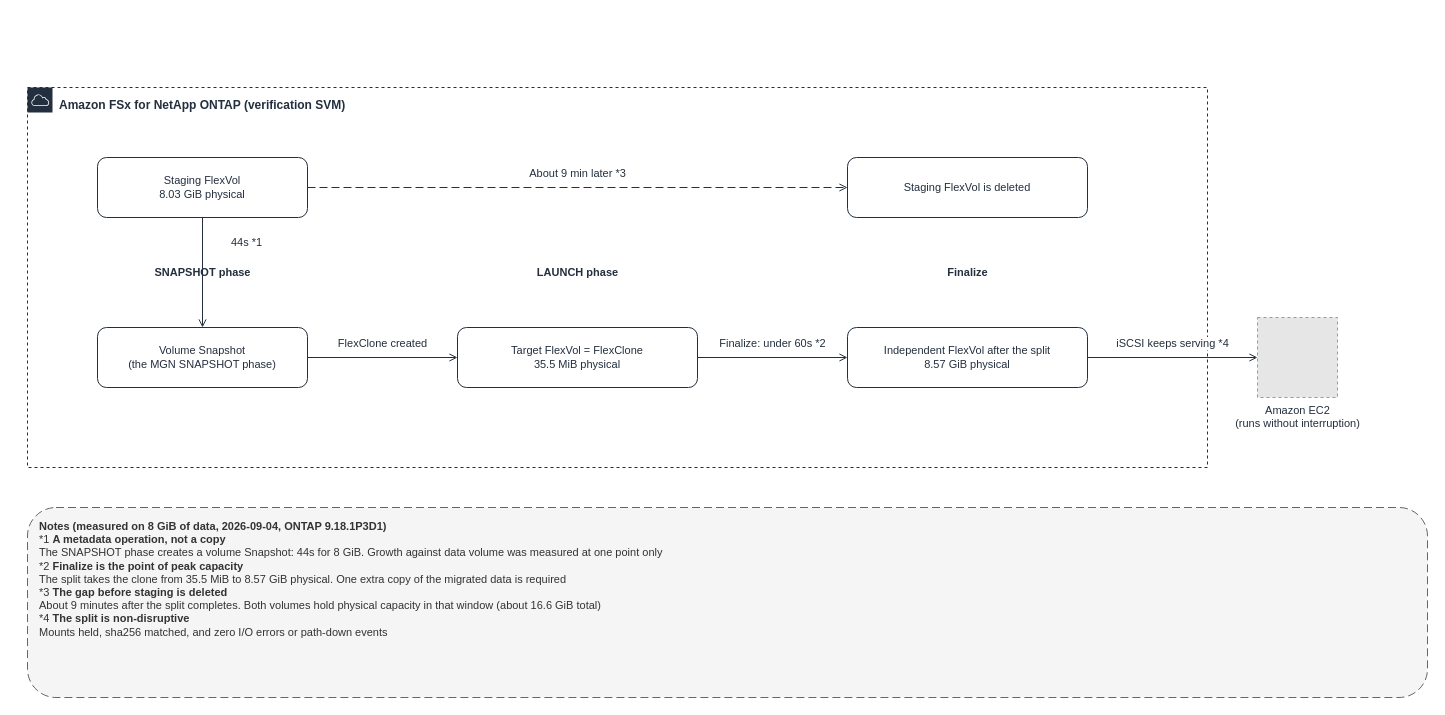
This is docs/_assets/diagrams/atx-fsxn-finalize-flexclone-en.drawio from Yoshiki0705/vmware-migration-ec2-ontap, a draw.io file, before an edit. Source tidied: cells renumbered, new cells numbered last; positions are measured from the earlier drawing's top-left corner, leaving out a move shared by most shapes. Both pictures are drawn from the tidied source at 100%, with x=0, y=0 at pixel (27, 87). Pictures stored in the file or linked from it are replaced by grey dashed boxes.
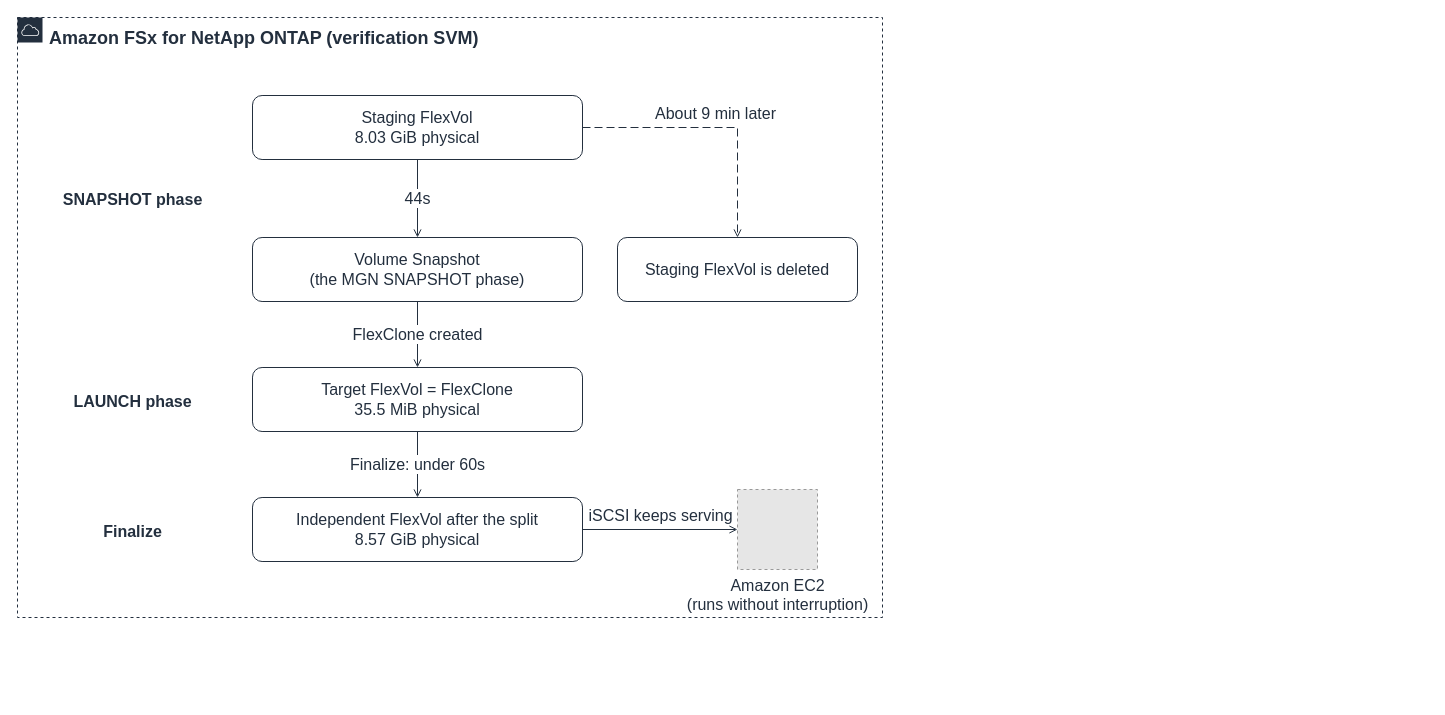
Above is the later version.

Change to the diagram source:
```diff
@@
-    <mxCell id="2" value="Amazon FSx for NetApp ONTAP (verification SVM)" style="gradientColor=none;html=1;whiteSpace=wrap;fontSize=12;fontStyle=1;fontColor=#232F3E;shape=mxgraph.aws4.group;grIcon=mxgraph.aws4.group_aws_cloud;strokeColor=#232F3E;fillColor=none;verticalAlign=top;align=left;spacingLeft=30;spacingTop=4;dashed=1;" parent="1" vertex="1">
-      <mxGeometry width="1180" height="380" as="geometry" />
+    <mxCell id="2" value="Amazon FSx for NetApp ONTAP (verification SVM)" style="gradientColor=none;html=1;whiteSpace=wrap;fontSize=18;fontStyle=1;fontColor=#232F3E;shape=mxgraph.aws4.group;grIcon=mxgraph.aws4.group_aws_cloud;strokeColor=#232F3E;fillColor=none;verticalAlign=top;align=left;spacingLeft=30;spacingTop=4;dashed=1;" parent="1" vertex="1">
+      <mxGeometry x="-10" y="-70" width="865" height="600" as="geometry" />
     </mxCell>
-    <mxCell id="3" value="Staging FlexVol&#10;8.03 GiB physical" style="rounded=1;whiteSpace=wrap;html=1;strokeColor=#232F3E;fillColor=none;fontColor=#232F3E;fontSize=11;verticalAlign=middle;align=center;" parent="1" vertex="1">
-      <mxGeometry x="70" y="70" width="210" height="60" as="geometry" />
+    <mxCell id="3" value="Staging FlexVol&#10;8.03 GiB physical" style="rounded=1;whiteSpace=wrap;html=1;strokeColor=#232F3E;fillColor=none;fontColor=#232F3E;fontSize=16;verticalAlign=middle;align=center;" parent="1" vertex="1">
+      <mxGeometry x="225" y="8" width="330" height="64" as="geometry" />
     </mxCell>
-    <mxCell id="4" value="Volume Snapshot&#10;(the MGN SNAPSHOT phase)" style="rounded=1;whiteSpace=wrap;html=1;strokeColor=#232F3E;fillColor=none;fontColor=#232F3E;fontSize=11;verticalAlign=middle;align=center;" parent="1" vertex="1">
-      <mxGeometry x="70" y="240" width="210" height="60" as="geometry" />
+    <mxCell id="4" value="Volume Snapshot&#10;(the MGN SNAPSHOT phase)" style="rounded=1;whiteSpace=wrap;html=1;strokeColor=#232F3E;fillColor=none;fontColor=#232F3E;fontSize=16;verticalAlign=middle;align=center;" parent="1" vertex="1">
+      <mxGeometry x="225" y="150" width="330" height="64" as="geometry" />
     </mxCell>
-    <mxCell id="5" value="Target FlexVol = FlexClone&#10;35.5 MiB physical" style="rounded=1;whiteSpace=wrap;html=1;strokeColor=#232F3E;fillColor=none;fontColor=#232F3E;fontSize=11;verticalAlign=middle;align=center;" parent="1" vertex="1">
-      <mxGeometry x="430" y="240" width="240" height="60" as="geometry" />
+    <mxCell id="5" value="Target FlexVol = FlexClone&#10;35.5 MiB physical" style="rounded=1;whiteSpace=wrap;html=1;strokeColor=#232F3E;fillColor=none;fontColor=#232F3E;fontSize=16;verticalAlign=middle;align=center;" parent="1" vertex="1">
+      <mxGeometry x="225" y="280" width="330" height="64" as="geometry" />
     </mxCell>
-    <mxCell id="6" value="Independent FlexVol after the split&#10;8.57 GiB physical" style="rounded=1;whiteSpace=wrap;html=1;strokeColor=#232F3E;fillColor=none;fontColor=#232F3E;fontSize=11;verticalAlign=middle;align=center;" parent="1" vertex="1">
-      <mxGeometry x="820" y="240" width="240" height="60" as="geometry" />
+    <mxCell id="6" value="Independent FlexVol after the split&#10;8.57 GiB physical" style="rounded=1;whiteSpace=wrap;html=1;strokeColor=#232F3E;fillColor=none;fontColor=#232F3E;fontSize=16;verticalAlign=middle;align=center;" parent="1" vertex="1">
+      <mxGeometry x="225" y="410" width="330" height="64" as="geometry" />
     </mxCell>
-    <mxCell id="7" value="Staging FlexVol is deleted" style="rounded=1;whiteSpace=wrap;html=1;strokeColor=#232F3E;fillColor=none;fontColor=#232F3E;fontSize=11;verticalAlign=middle;align=center;" parent="1" vertex="1">
-      <mxGeometry x="820" y="70" width="240" height="60" as="geometry" />
+    <mxCell id="7" value="Staging FlexVol is deleted" style="rounded=1;whiteSpace=wrap;html=1;strokeColor=#232F3E;fillColor=none;fontColor=#232F3E;fontSize=16;verticalAlign=middle;align=center;" parent="1" vertex="1">
+      <mxGeometry x="590" y="150" width="240" height="64" as="geometry" />
     </mxCell>
-    <mxCell id="8" value="SNAPSHOT phase" style="text;html=1;strokeColor=none;fillColor=none;align=center;verticalAlign=middle;fontSize=11;fontStyle=1;fontColor=#232F3E;" parent="1" vertex="1">
-      <mxGeometry x="50" y="170" width="250" height="30" as="geometry" />
+    <mxCell id="8" value="SNAPSHOT phase" style="text;html=1;strokeColor=none;fillColor=none;align=center;verticalAlign=middle;fontSize=16;fontStyle=1;fontColor=#232F3E;" parent="1" vertex="1">
+      <mxGeometry x="5" y="88" width="200" height="48" as="geometry" />
     </mxCell>
-    <mxCell id="9" value="LAUNCH phase" style="text;html=1;strokeColor=none;fillColor=none;align=center;verticalAlign=middle;fontSize=11;fontStyle=1;fontColor=#232F3E;" parent="1" vertex="1">
-      <mxGeometry x="410" y="170" width="280" height="30" as="geometry" />
+    <mxCell id="9" value="LAUNCH phase" style="text;html=1;strokeColor=none;fillColor=none;align=center;verticalAlign=middle;fontSize=16;fontStyle=1;fontColor=#232F3E;" parent="1" vertex="1">
+      <mxGeometry x="5" y="290" width="200" height="48" as="geometry" />
     </mxCell>
-    <mxCell id="10" value="Finalize" style="text;html=1;strokeColor=none;fillColor=none;align=center;verticalAlign=middle;fontSize=11;fontStyle=1;fontColor=#232F3E;" parent="1" vertex="1">
-      <mxGeometry x="800" y="170" width="280" height="30" as="geometry" />
+    <mxCell id="10" value="Finalize" style="text;html=1;strokeColor=none;fillColor=none;align=center;verticalAlign=middle;fontSize=16;fontStyle=1;fontColor=#232F3E;" parent="1" vertex="1">
+      <mxGeometry x="5" y="420" width="200" height="48" as="geometry" />
     </mxCell>
-    <mxCell id="11" value="Amazon EC2&#10;(runs without interruption)" style="fillColor=#E6E6E6;strokeColor=#999999;dashed=1;html=1;verticalLabelPosition=bottom;verticalAlign=top;labelPosition=center;align=center;fontSize=11;fontColor=#232F3E;" parent="1" vertex="1">
-      <mxGeometry x="1230" y="230" width="80" height="80" as="geometry" />
+    <mxCell id="11" value="Amazon EC2&#10;(runs without interruption)" style="fillColor=#E6E6E6;strokeColor=#999999;dashed=1;html=1;verticalLabelPosition=bottom;verticalAlign=top;labelPosition=center;align=center;fontSize=16;fontColor=#232F3E;" parent="1" vertex="1">
+      <mxGeometry x="710" y="402" width="80" height="80" as="geometry" />
     </mxCell>
-    <mxCell id="12" value="44s *1" style="edgeStyle=orthogonalEdgeStyle;rounded=0;html=1;endArrow=open;endFill=0;strokeColor=#232F3E;strokeWidth=1;fontSize=11;fontColor=#232F3E;labelBackgroundColor=#FFFFFF;exitX=0.5;exitY=1;exitDx=0;exitDy=0;entryX=0.5;entryY=0;entryDx=0;entryDy=0;" parent="1" edge="1" source="3" target="4">
-      <mxGeometry x="-0.55" relative="1" as="geometry">
-        <mxPoint x="44" as="offset" />
-      </mxGeometry>
+    <mxCell id="12" value="44s" style="edgeStyle=orthogonalEdgeStyle;rounded=0;html=1;endArrow=open;endFill=0;strokeColor=#232F3E;strokeWidth=1;fontSize=16;fontColor=#232F3E;labelBackgroundColor=#FFFFFF;exitX=0.5;exitY=1;exitDx=0;exitDy=0;entryX=0.5;entryY=0;entryDx=0;entryDy=0;" parent="1" edge="1" source="3" target="4">
+      <mxGeometry relative="1" as="geometry" />
     </mxCell>
-    <mxCell id="13" value="FlexClone created" style="edgeStyle=orthogonalEdgeStyle;rounded=0;html=1;endArrow=open;endFill=0;strokeColor=#232F3E;strokeWidth=1;fontSize=11;fontColor=#232F3E;labelBackgroundColor=#FFFFFF;exitX=1;exitY=0.5;exitDx=0;exitDy=0;entryX=0;entryY=0.5;entryDx=0;entryDy=0;" parent="1" edge="1" source="4" target="5">
-      <mxGeometry relative="1" as="geometry">
-        <mxPoint y="-14" as="offset" />
-      </mxGeometry>
+    <mxCell id="13" value="FlexClone created" style="edgeStyle=orthogonalEdgeStyle;rounded=0;html=1;endArrow=open;endFill=0;strokeColor=#232F3E;strokeWidth=1;fontSize=16;fontColor=#232F3E;labelBackgroundColor=#FFFFFF;exitX=0.5;exitY=1;exitDx=0;exitDy=0;entryX=0.5;entryY=0;entryDx=0;entryDy=0;" parent="1" edge="1" source="4" target="5">
+      <mxGeometry relative="1" as="geometry" />
     </mxCell>
-    <mxCell id="14" value="Finalize: under 60s *2" style="edgeStyle=orthogonalEdgeStyle;rounded=0;html=1;endArrow=open;endFill=0;strokeColor=#232F3E;strokeWidth=1;fontSize=11;fontColor=#232F3E;labelBackgroundColor=#FFFFFF;exitX=1;exitY=0.5;exitDx=0;exitDy=0;entryX=0;entryY=0.5;entryDx=0;entryDy=0;" parent="1" edge="1" source="5" target="6">
-      <mxGeometry relative="1" as="geometry">
-        <mxPoint y="-14" as="offset" />
-      </mxGeometry>
+    <mxCell id="14" value="Finalize: under 60s" style="edgeStyle=orthogonalEdgeStyle;rounded=0;html=1;endArrow=open;endFill=0;strokeColor=#232F3E;strokeWidth=1;fontSize=16;fontColor=#232F3E;labelBackgroundColor=#FFFFFF;exitX=0.5;exitY=1;exitDx=0;exitDy=0;entryX=0.5;entryY=0;entryDx=0;entryDy=0;" parent="1" edge="1" source="5" target="6">
+      <mxGeometry relative="1" as="geometry" />
     </mxCell>
-    <mxCell id="15" value="About 9 min later *3" style="edgeStyle=orthogonalEdgeStyle;rounded=0;html=1;endArrow=open;endFill=0;strokeColor=#232F3E;strokeWidth=1;fontSize=11;fontColor=#232F3E;labelBackgroundColor=#FFFFFF;exitX=1;exitY=0.5;exitDx=0;exitDy=0;entryX=0;entryY=0.5;entryDx=0;entryDy=0;dashed=1;dashPattern=8 4;" parent="1" edge="1" source="3" target="7">
+    <mxCell id="15" value="About 9 min later" style="edgeStyle=orthogonalEdgeStyle;rounded=0;html=1;endArrow=open;endFill=0;strokeColor=#232F3E;strokeWidth=1;fontSize=16;fontColor=#232F3E;labelBackgroundColor=#FFFFFF;exitX=1;exitY=0.5;exitDx=0;exitDy=0;entryX=0.5;entryY=0;entryDx=0;entryDy=0;dashed=1;dashPattern=8 4;" parent="1" edge="1" source="3" target="7">
       <mxGeometry relative="1" as="geometry">
         <mxPoint y="-14" as="offset" />
       </mxGeometry>
     </mxCell>
-    <mxCell id="16" value="iSCSI keeps serving *4" style="edgeStyle=orthogonalEdgeStyle;rounded=0;html=1;endArrow=open;endFill=0;strokeColor=#232F3E;strokeWidth=1;fontSize=11;fontColor=#232F3E;labelBackgroundColor=#FFFFFF;exitX=1;exitY=0.5;exitDx=0;exitDy=0;entryX=0;entryY=0.5;entryDx=0;entryDy=0;" parent="1" edge="1" source="6" target="11">
+    <mxCell id="16" value="iSCSI keeps serving" style="edgeStyle=orthogonalEdgeStyle;rounded=0;html=1;endArrow=open;endFill=0;strokeColor=#232F3E;strokeWidth=1;fontSize=16;fontColor=#232F3E;labelBackgroundColor=#FFFFFF;exitX=1;exitY=0.5;exitDx=0;exitDy=0;entryX=0;entryY=0.5;entryDx=0;entryDy=0;" parent="1" edge="1" source="6" target="11">
       <mxGeometry relative="1" as="geometry">
         <mxPoint y="-14" as="offset" />
       </mxGeometry>
     </mxCell>
-    <mxCell id="17" value="&lt;b&gt;Notes (measured on 8 GiB of data, 2026-09-04, ONTAP 9.18.1P3D1)&lt;/b&gt;&lt;br&gt;*1 &lt;b&gt;A metadata operation, not a copy&lt;/b&gt;&lt;br&gt;The SNAPSHOT phase creates a volume Snapshot: 44s for 8 GiB. Growth against data volume was measured at one point only&lt;br&gt;*2 &lt;b&gt;Finalize is the point of peak capacity&lt;/b&gt;&lt;br&gt;The split takes the clone from 35.5 MiB to 8.57 GiB physical. One extra copy of the migrated data is required&lt;br&gt;*3 &lt;b&gt;The gap before staging is deleted&lt;/b&gt;&lt;br&gt;About 9 minutes after the split completes. Both volumes hold physical capacity in that window (about 16.6 GiB total)&lt;br&gt;*4 &lt;b&gt;The split is non-disruptive&lt;/b&gt;&lt;br&gt;Mounts held, sha256 matched, and zero I/O errors or path-down events" style="rounded=1;whiteSpace=wrap;html=1;dashed=1;dashPattern=8 4;strokeColor=#666666;fillColor=#F5F5F5;fontColor=#333333;fontSize=11;align=left;verticalAlign=top;spacingLeft=10;spacingTop=6;" parent="1" vertex="1">
-      <mxGeometry y="420" width="1400" height="190" as="geometry" />
-    </mxCell>
```
